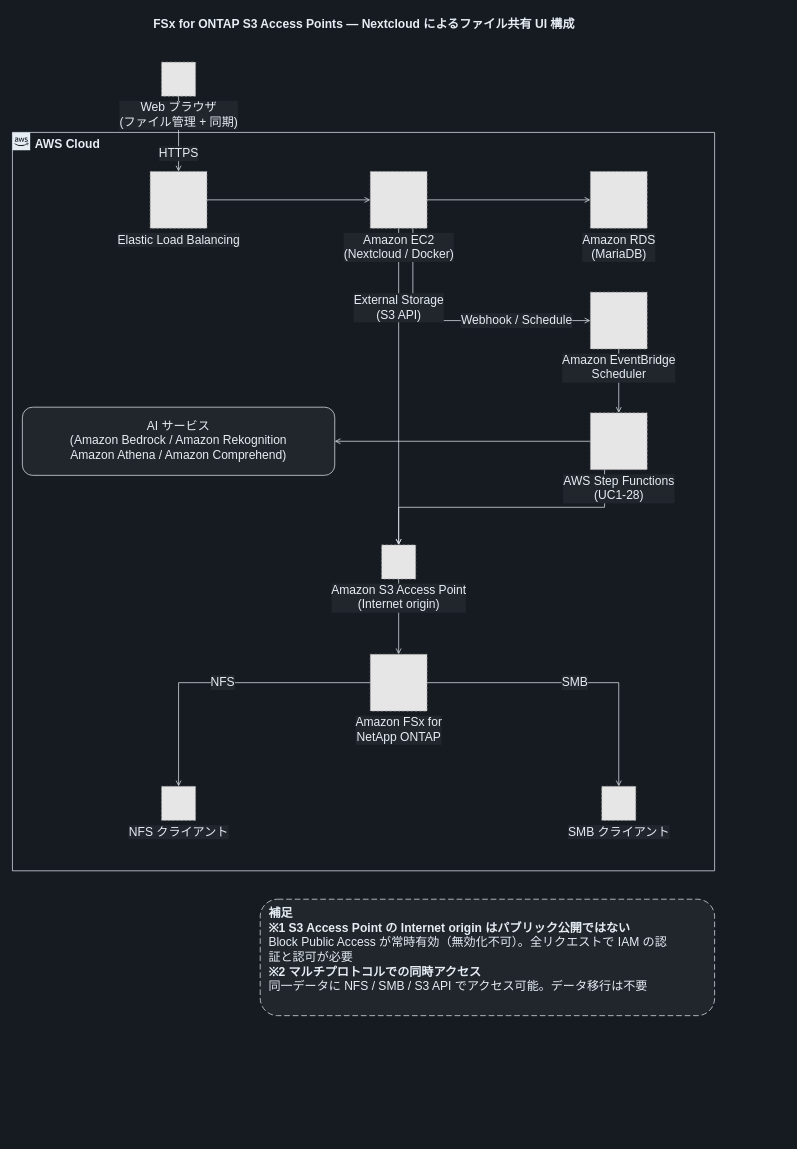
Above: docs/diagrams/dark/nextcloud-external-storage.drawio in Yoshiki0705/FSx-for-ONTAP-S3AccessPoints-Serverless-Patterns (draw.io), before the change. Source tidied: cells renumbered, new cells numbered last; positions are measured from the earlier drawing's top-left corner, leaving out a move shared by most shapes. Both pictures are drawn from the tidied source at 71%, with x=0, y=0 at pixel (12, 12). Pictures stored in the file or linked from it are replaced by grey dashed boxes.
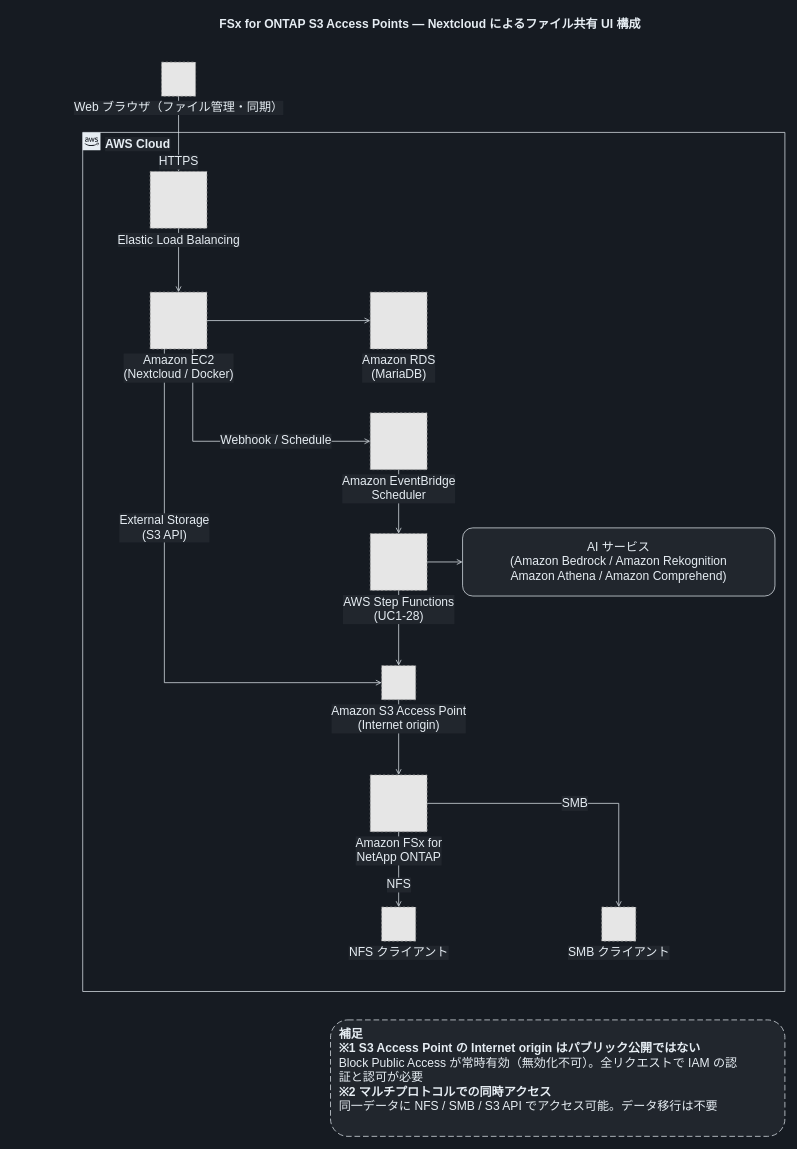
The same diagram, later.

The change refers to these unchanged cells:
```xml
<mxCell id="17" value="Elastic Load Balancing" style="fillColor=#E6E6E6;strokeColor=#999999;dashed=1;html=1;verticalLabelPosition=bottom;verticalAlign=top;labelPosition=center;align=center;fontSize=17;fontColor=#E6EDF3;labelBackgroundColor=#21262D;" parent="1" vertex="1">
  <mxGeometry x="194" y="224" width="80" height="80" as="geometry" />
</mxCell>
```

Diff of the diagram source:
```diff
@@
     <mxCell id="2" value="FSx for ONTAP S3 Access Points — Nextcloud によるファイル共有 UI 構成" style="text;html=1;align=center;verticalAlign=middle;fontSize=17;fontStyle=1;fontColor=#E6EDF3;" parent="1" vertex="1">
-      <mxGeometry width="989" height="34" as="geometry" />
+      <mxGeometry x="88" width="1000" height="34" as="geometry" />
     </mxCell>
-    <mxCell id="3" value="AWS Cloud" style="gradientColor=none;html=1;whiteSpace=wrap;fontSize=17;fontStyle=1;shape=mxgraph.aws4.group;grIcon=mxgraph.aws4.group_aws_cloud_alt;strokeColor=#E6EDF3;fillColor=none;verticalAlign=top;align=left;spacingLeft=30;fontColor=#E6EDF3;dashed=0;" parent="1" vertex="1">
-      <mxGeometry y="169" width="989" height="1040" as="geometry" />
-    </mxCell>
     <mxCell id="4" value="HTTPS" style="edgeStyle=orthogonalEdgeStyle;rounded=0;jettySize=auto;html=1;endArrow=open;endFill=0;strokeColor=#E6EDF3;strokeWidth=1;fontSize=17;fontColor=#E6EDF3;labelBackgroundColor=#21262D;" parent="1" edge="1" source="15" target="17">
       <mxGeometry relative="1" as="geometry">
-        <mxPoint y="28" as="offset" />
+        <mxPoint y="40" as="offset" />
       </mxGeometry>
     </mxCell>
@@
     <mxCell id="7" value="Webhook / Schedule" style="edgeStyle=orthogonalEdgeStyle;rounded=0;jettySize=auto;html=1;endArrow=open;endFill=0;strokeColor=#E6EDF3;strokeWidth=1;fontSize=17;fontColor=#E6EDF3;labelBackgroundColor=#21262D;exitX=0.75;exitY=1;exitDx=0;exitDy=0;entryX=0;entryY=0.5;entryDx=0;entryDy=0;" parent="1" edge="1" source="18" target="19">
-      <mxGeometry x="0.45" relative="1" as="geometry" />
+      <mxGeometry x="0.3" relative="1" as="geometry" />
     </mxCell>
@@
-    <mxCell id="10" style="edgeStyle=orthogonalEdgeStyle;rounded=0;jettySize=auto;html=1;endArrow=open;endFill=0;strokeColor=#E6EDF3;strokeWidth=1;fontSize=17;fontColor=#E6EDF3;labelBackgroundColor=#21262D;exitX=0.25;exitY=1;exitDx=0;exitDy=0;" parent="1" edge="1" source="21" target="22">
+    <mxCell id="10" style="edgeStyle=orthogonalEdgeStyle;rounded=0;jettySize=auto;html=1;endArrow=open;endFill=0;strokeColor=#E6EDF3;strokeWidth=1;fontSize=17;fontColor=#E6EDF3;labelBackgroundColor=#21262D;" parent="1" edge="1" source="21" target="22">
       <mxGeometry relative="1" as="geometry" />
     </mxCell>
-    <mxCell id="11" value="External Storage&lt;br&gt;(S3 API)" style="edgeStyle=orthogonalEdgeStyle;rounded=0;jettySize=auto;html=1;endArrow=open;endFill=0;strokeColor=#E6EDF3;strokeWidth=1;fontSize=17;fontColor=#E6EDF3;labelBackgroundColor=#21262D;" parent="1" edge="1" source="18" target="22">
-      <mxGeometry x="-0.5" relative="1" as="geometry" />
+    <mxCell id="11" value="External Storage&lt;br&gt;(S3 API)" style="edgeStyle=orthogonalEdgeStyle;rounded=0;jettySize=auto;html=1;endArrow=open;endFill=0;strokeColor=#E6EDF3;strokeWidth=1;fontSize=17;fontColor=#E6EDF3;labelBackgroundColor=#21262D;exitX=0.25;exitY=1;exitDx=0;exitDy=0;entryX=0;entryY=0.5;entryDx=0;entryDy=0;" parent="1" edge="1" source="18" target="22">
+      <mxGeometry x="-0.35" relative="1" as="geometry" />
     </mxCell>
@@
     <mxCell id="13" value="NFS" style="edgeStyle=orthogonalEdgeStyle;rounded=0;jettySize=auto;html=1;endArrow=open;endFill=0;strokeColor=#E6EDF3;strokeWidth=1;fontSize=17;fontColor=#E6EDF3;labelBackgroundColor=#21262D;" parent="1" edge="1" source="23" target="24">
-      <mxGeometry relative="1" as="geometry" />
+      <mxGeometry relative="1" as="geometry">
+        <mxPoint y="22" as="offset" />
+      </mxGeometry>
     </mxCell>
@@
+    <mxCell id="3" value="AWS Cloud" style="gradientColor=none;html=1;whiteSpace=wrap;fontSize=17;fontStyle=1;shape=mxgraph.aws4.group;grIcon=mxgraph.aws4.group_aws_cloud_alt;strokeColor=#E6EDF3;fillColor=none;verticalAlign=top;align=left;spacingLeft=30;fontColor=#E6EDF3;dashed=0;labelBackgroundColor=#21262D;" parent="1" vertex="1">
+      <mxGeometry x="99" y="169" width="989" height="1210" as="geometry" />
+    </mxCell>
-    <mxCell id="15" value="Web ブラウザ&lt;br&gt;(ファイル管理 + 同期)" style="fillColor=#E6E6E6;strokeColor=#999999;dashed=1;html=1;verticalLabelPosition=bottom;verticalAlign=top;labelPosition=center;align=center;fontSize=17;fontColor=#E6EDF3;labelBackgroundColor=#21262D;" parent="1" vertex="1">
+    <mxCell id="15" value="Web ブラウザ（ファイル管理・同期）" style="fillColor=#E6E6E6;strokeColor=#999999;dashed=1;html=1;verticalLabelPosition=bottom;verticalAlign=top;labelPosition=center;align=center;fontSize=17;fontColor=#E6EDF3;labelBackgroundColor=#21262D;" parent="1" vertex="1">
       <mxGeometry x="210" y="70" width="48" height="48" as="geometry" />
     </mxCell>
-    <mxCell id="16" value="Amazon RDS&lt;br&gt;(MariaDB)" style="fillColor=#E6E6E6;strokeColor=#999999;dashed=1;html=1;verticalLabelPosition=bottom;verticalAlign=top;labelPosition=center;align=center;fontSize=17;fontColor=#E6EDF3;labelBackgroundColor=#21262D;" parent="1" vertex="1">
-      <mxGeometry x="814" y="224" width="80" height="80" as="geometry" />
-    </mxCell>
@@
     <mxCell id="18" value="Amazon EC2&lt;br&gt;(Nextcloud / Docker)" style="fillColor=#E6E6E6;strokeColor=#999999;dashed=1;html=1;verticalLabelPosition=bottom;verticalAlign=top;labelPosition=center;align=center;fontSize=17;fontColor=#E6EDF3;labelBackgroundColor=#21262D;" parent="1" vertex="1">
-      <mxGeometry x="504" y="224" width="80" height="80" as="geometry" />
+      <mxGeometry x="194" y="394" width="80" height="80" as="geometry" />
     </mxCell>
+    <mxCell id="16" value="Amazon RDS&lt;br&gt;(MariaDB)" style="fillColor=#E6E6E6;strokeColor=#999999;dashed=1;html=1;verticalLabelPosition=bottom;verticalAlign=top;labelPosition=center;align=center;fontSize=17;fontColor=#E6EDF3;labelBackgroundColor=#21262D;" parent="1" vertex="1">
+      <mxGeometry x="504" y="394" width="80" height="80" as="geometry" />
+    </mxCell>
     <mxCell id="19" value="Amazon EventBridge&lt;br&gt;Scheduler" style="fillColor=#E6E6E6;strokeColor=#999999;dashed=1;html=1;verticalLabelPosition=bottom;verticalAlign=top;labelPosition=center;align=center;fontSize=17;fontColor=#E6EDF3;labelBackgroundColor=#21262D;" parent="1" vertex="1">
-      <mxGeometry x="814" y="394" width="80" height="80" as="geometry" />
+      <mxGeometry x="504" y="564" width="80" height="80" as="geometry" />
     </mxCell>
+    <mxCell id="21" value="AWS Step Functions&lt;br&gt;(UC1-28)" style="fillColor=#E6E6E6;strokeColor=#999999;dashed=1;html=1;verticalLabelPosition=bottom;verticalAlign=top;labelPosition=center;align=center;fontSize=17;fontColor=#E6EDF3;labelBackgroundColor=#21262D;" parent="1" vertex="1">
+      <mxGeometry x="504" y="734" width="80" height="80" as="geometry" />
+    </mxCell>
     <mxCell id="20" value="AI サービス&lt;br&gt;(Amazon Bedrock / Amazon Rekognition&lt;br&gt;Amazon Athena / Amazon Comprehend)" style="rounded=1;whiteSpace=wrap;html=1;dashed=0;strokeColor=#E6EDF3;fillColor=#21262D;align=center;verticalAlign=middle;fontSize=17;fontColor=#E6EDF3;" parent="1" vertex="1">
-      <mxGeometry x="14" y="556" width="440" height="96" as="geometry" />
+      <mxGeometry x="634" y="726" width="440" height="96" as="geometry" />
     </mxCell>
-    <mxCell id="21" value="AWS Step Functions&lt;br&gt;(UC1-28)" style="fillColor=#E6E6E6;strokeColor=#999999;dashed=1;html=1;verticalLabelPosition=bottom;verticalAlign=top;labelPosition=center;align=center;fontSize=17;fontColor=#E6EDF3;labelBackgroundColor=#21262D;" parent="1" vertex="1">
-      <mxGeometry x="814" y="564" width="80" height="80" as="geometry" />
-    </mxCell>
     <mxCell id="22" value="Amazon S3 Access Point&lt;br&gt;(Internet origin)" style="fillColor=#E6E6E6;strokeColor=#999999;dashed=1;html=1;verticalLabelPosition=bottom;verticalAlign=top;labelPosition=center;align=center;fontSize=17;fontColor=#E6EDF3;labelBackgroundColor=#21262D;" parent="1" vertex="1">
-      <mxGeometry x="520" y="750" width="48" height="48" as="geometry" />
+      <mxGeometry x="520" y="920" width="48" height="48" as="geometry" />
     </mxCell>
     <mxCell id="23" value="Amazon FSx for&lt;br&gt;NetApp ONTAP" style="fillColor=#E6E6E6;strokeColor=#999999;dashed=1;html=1;verticalLabelPosition=bottom;verticalAlign=top;labelPosition=center;align=center;fontSize=17;fontColor=#E6EDF3;labelBackgroundColor=#21262D;" parent="1" vertex="1">
-      <mxGeometry x="504" y="904" width="80" height="80" as="geometry" />
+      <mxGeometry x="504" y="1074" width="80" height="80" as="geometry" />
     </mxCell>
     <mxCell id="24" value="NFS クライアント" style="fillColor=#E6E6E6;strokeColor=#999999;dashed=1;html=1;verticalLabelPosition=bottom;verticalAlign=top;labelPosition=center;align=center;fontSize=17;fontColor=#E6EDF3;labelBackgroundColor=#21262D;" parent="1" vertex="1">
-      <mxGeometry x="210" y="1090" width="48" height="48" as="geometry" />
+      <mxGeometry x="520" y="1260" width="48" height="48" as="geometry" />
     </mxCell>
     <mxCell id="25" value="SMB クライアント" style="fillColor=#E6E6E6;strokeColor=#999999;dashed=1;html=1;verticalLabelPosition=bottom;verticalAlign=top;labelPosition=center;align=center;fontSize=17;fontColor=#E6EDF3;labelBackgroundColor=#21262D;" parent="1" vertex="1">
-      <mxGeometry x="830" y="1090" width="48" height="48" as="geometry" />
+      <mxGeometry x="830" y="1260" width="48" height="48" as="geometry" />
     </mxCell>
     <mxCell id="26" value="&lt;b&gt;補足&lt;/b&gt;&lt;br&gt;&lt;b&gt;※1 S3 Access Point の Internet origin はパブリック公開ではない&lt;/b&gt;&lt;br&gt;Block Public Access が常時有効（無効化不可）。全リクエストで IAM の認&lt;br&gt;証と認可が必要&lt;br&gt;&lt;b&gt;※2 マルチプロトコルでの同時アクセス&lt;/b&gt;&lt;br&gt;同一データに NFS / SMB / S3 API でアクセス可能。データ移行は不要" style="rounded=1;whiteSpace=wrap;html=1;dashed=1;dashPattern=8 4;strokeColor=#E6EDF3;fillColor=#21262D;align=left;verticalAlign=top;spacingLeft=10;spacingTop=4;fontSize=17;fontColor=#E6EDF3;" parent="1" vertex="1">
-      <mxGeometry x="349" y="1249" width="640" height="164" as="geometry" />
+      <mxGeometry x="448" y="1419" width="640" height="164" as="geometry" />
     </mxCell>
```
